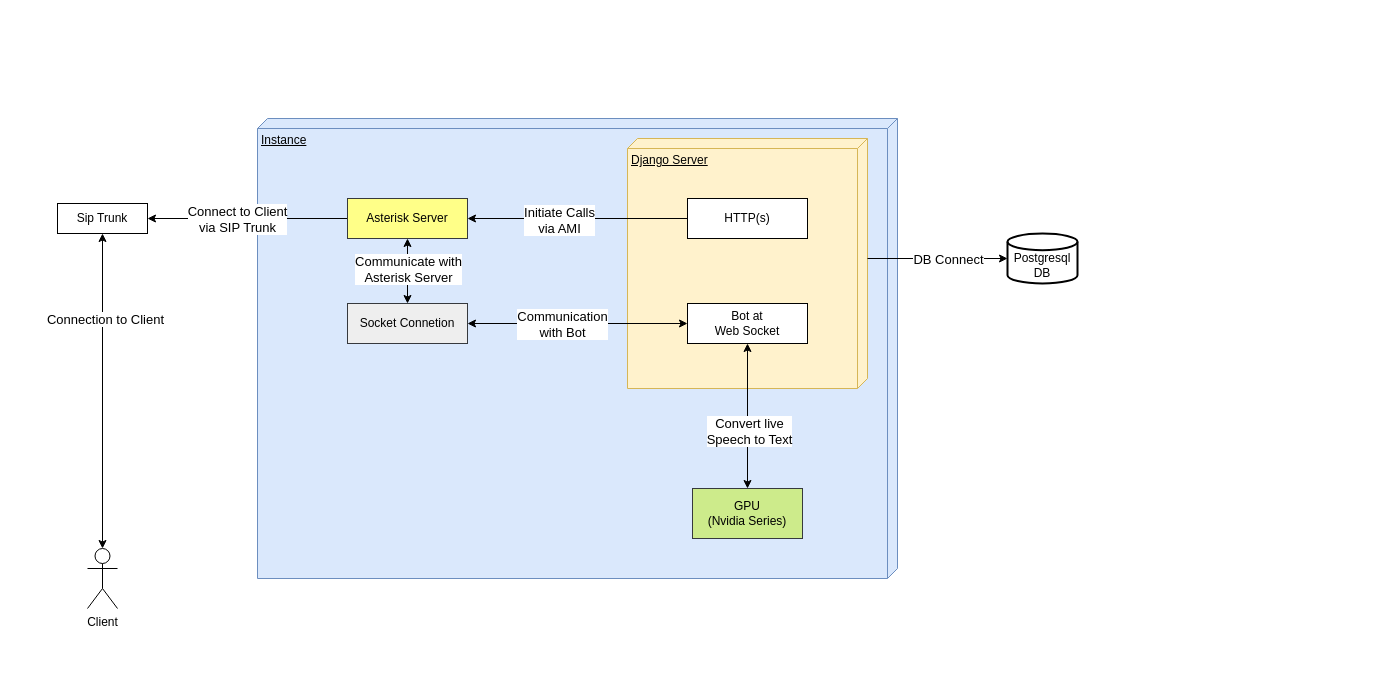
Before: drawings/archi.drawio in PraveenChordia/draw.io, a draw.io diagram. Source tidied: cells renumbered, new cells numbered last; positions are measured from the earlier drawing's top-left corner, leaving out a move shared by most shapes. Both pictures are drawn from the tidied source at 100%, with x=0, y=0 at pixel (57, 118).
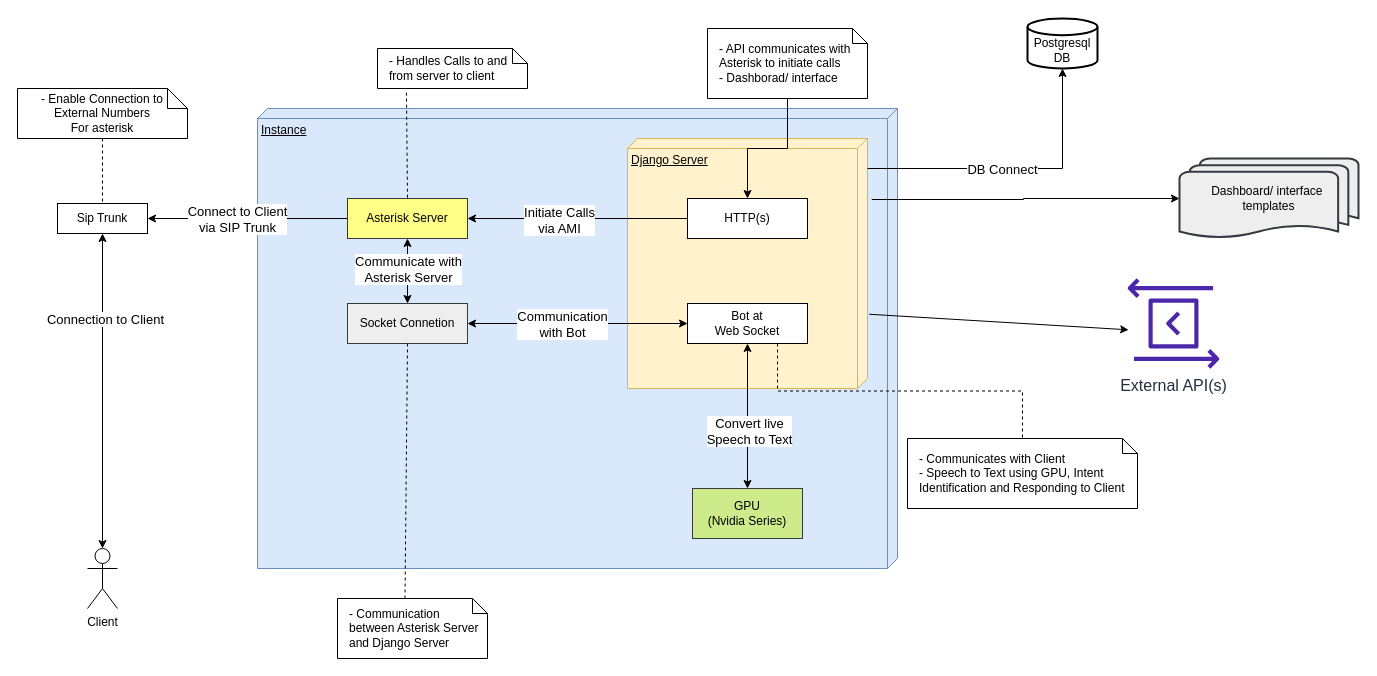
The same diagram, later.

The change refers to these unchanged cells:
```xml
<mxCell id="4" value="Socket Connetion" style="html=1;whiteSpace=wrap;fillColor=#eeeeee;strokeColor=#36393d;" parent="1" vertex="1">
  <mxGeometry x="290" y="185" width="120" height="40" as="geometry" />
</mxCell>
<mxCell id="8" value="HTTP(s)" style="html=1;whiteSpace=wrap;" parent="1" vertex="1">
  <mxGeometry x="630" y="80" width="120" height="40" as="geometry" />
</mxCell>
<mxCell id="9" value="Asterisk Server" style="html=1;whiteSpace=wrap;fillColor=#ffff88;strokeColor=#36393d;" parent="1" vertex="1">
  <mxGeometry x="290" y="80" width="120" height="40" as="geometry" />
</mxCell>
<mxCell id="13" value="Sip Trunk" style="rounded=0;whiteSpace=wrap;html=1;" parent="1" vertex="1">
  <mxGeometry y="85" width="90" height="30" as="geometry" />
</mxCell>
<mxCell id="18" value="Bot at&lt;br&gt;Web Socket" style="html=1;whiteSpace=wrap;" parent="1" vertex="1">
  <mxGeometry x="630" y="185" width="120" height="40" as="geometry" />
</mxCell>
```

Change to the diagram source:
```diff
@@
     <mxCell id="2" value="Instance" style="verticalAlign=top;align=left;spacingTop=8;spacingLeft=2;spacingRight=12;shape=cube;size=10;direction=south;fontStyle=4;html=1;whiteSpace=wrap;fillColor=#dae8fc;strokeColor=#6c8ebf;" parent="1" vertex="1">
-      <mxGeometry x="200" width="640" height="460" as="geometry" />
+      <mxGeometry x="200" y="-10" width="640" height="460" as="geometry" />
     </mxCell>
     <mxCell id="3" value="&lt;br&gt;Postgresql&lt;br&gt;DB" style="strokeWidth=2;html=1;shape=mxgraph.flowchart.database;whiteSpace=wrap;" parent="1" vertex="1">
-      <mxGeometry x="950" y="115" width="70" height="50" as="geometry" />
+      <mxGeometry x="970" y="-100" width="70" height="50" as="geometry" />
     </mxCell>
@@
+    <mxCell id="27" style="edgeStyle=orthogonalEdgeStyle;rounded=0;jettySize=auto;html=1;exitX=0.244;exitY=-0.018;exitDx=0;exitDy=0;exitPerimeter=0;entryX=0;entryY=0.5;entryDx=0;entryDy=0;entryPerimeter=0;" parent="1" edge="1" source="7" target="33">
+      <mxGeometry relative="1" as="geometry" />
+    </mxCell>
-    <mxCell id="7" value="Django Server" style="verticalAlign=top;align=left;spacingTop=8;spacingLeft=2;spacingRight=12;shape=cube;size=10;direction=south;fontStyle=4;html=1;whiteSpace=wrap;fillColor=#fff2cc;strokeColor=#d6b656;" parent="1" vertex="1">
+    <mxCell id="7" value="Django Server" style="verticalAlign=top;align=left;spacingTop=8;spacingLeft=2;spacingRight=12;shape=cube;size=10;direction=south;fontStyle=4;html=1;whiteSpace=wrap;fillColor=#fff2cc;strokeColor=#d6b656;points=[[0,0,0,0,0],[0,0,0,0,115],[0,0,0,0,230],[0,0,0,5,235],[0,0,0,10,240],[0,0,0,120,0],[0,0,0,130,240],[0,0,0,240,0],[0,0,0,245,5],[0,0,0,250,10],[0,0,0,250,125],[0.99,0.24,0,0,0],[1,1,0,0,0]];" parent="1" vertex="1">
       <mxGeometry x="570" y="20" width="240" height="250" as="geometry" />
     </mxCell>
@@
-    <mxCell id="16" style="edgeStyle=orthogonalEdgeStyle;rounded=0;jettySize=auto;html=1;exitX=0;exitY=0;exitDx=120;exitDy=0;exitPerimeter=0;entryX=0;entryY=0.5;entryDx=0;entryDy=0;entryPerimeter=0;" parent="1" edge="1" source="7" target="3">
+    <mxCell id="16" style="edgeStyle=orthogonalEdgeStyle;rounded=0;jettySize=auto;html=1;entryX=0.5;entryY=1;entryDx=0;entryDy=0;entryPerimeter=0;" parent="1" edge="1" target="3">
       <mxGeometry relative="1" as="geometry">
+        <mxPoint x="810" y="50" as="sourcePoint" />
         <Array as="points">
-          <mxPoint x="890" y="140" />
-          <mxPoint x="890" y="140" />
+          <mxPoint x="1005" y="50" />
         </Array>
       </mxGeometry>
     </mxCell>
@@
+    <mxCell id="28" style="rounded=0;jettySize=auto;html=1;exitX=0.703;exitY=-0.007;exitDx=0;exitDy=0;exitPerimeter=0;entryX=0.012;entryY=0.57;entryDx=0;entryDy=0;entryPerimeter=0;" parent="1" edge="1" source="7" target="40">
+      <mxGeometry relative="1" as="geometry" />
+    </mxCell>
@@
+    <mxCell id="29" value="- Handles Calls to and from server to client" style="shape=note;size=15;align=left;spacingLeft=10;html=1;whiteSpace=wrap;" parent="1" vertex="1">
+      <mxGeometry x="320" y="-70" width="150" height="40" as="geometry" />
+    </mxCell>
+    <mxCell id="30" style="edgeStyle=none;endArrow=none;exitX=0.193;exitY=1.104;dashed=1;html=1;rounded=0;entryX=0.5;entryY=0;entryDx=0;entryDy=0;exitDx=0;exitDy=0;exitPerimeter=0;" parent="1" edge="1" source="29" target="9">
+      <mxGeometry x="1" relative="1" as="geometry" />
+    </mxCell>
+    <mxCell id="31" style="edgeStyle=orthogonalEdgeStyle;rounded=0;jettySize=auto;html=1;entryX=0.5;entryY=0;entryDx=0;entryDy=0;" parent="1" edge="1" source="32" target="8">
+      <mxGeometry relative="1" as="geometry" />
+    </mxCell>
+    <mxCell id="32" value="- API communicates with Asterisk to initiate calls&lt;br&gt;- Dashborad/ interface" style="shape=note;size=15;align=left;spacingLeft=10;html=1;whiteSpace=wrap;" parent="1" vertex="1">
+      <mxGeometry x="650" y="-90" width="160" height="70" as="geometry" />
+    </mxCell>
+    <mxCell id="33" value="Dashboard/ interface&amp;nbsp;&lt;br&gt;templates" style="strokeWidth=2;html=1;shape=mxgraph.flowchart.multi-document;whiteSpace=wrap;fillColor=#eeeeee;strokeColor=#36393d;" parent="1" vertex="1">
+      <mxGeometry x="1122" y="40" width="179" height="80" as="geometry" />
+    </mxCell>
+    <mxCell id="34" value="- Enable Connection to&lt;br&gt;External Numbers&lt;br&gt;For asterisk" style="shape=note;size=20;whiteSpace=wrap;html=1;" parent="1" vertex="1">
+      <mxGeometry x="-40" y="-30" width="170" height="50" as="geometry" />
+    </mxCell>
+    <mxCell id="35" style="edgeStyle=none;endArrow=none;exitX=0.5;exitY=1;dashed=1;html=1;rounded=0;entryX=0.5;entryY=0;entryDx=0;entryDy=0;exitDx=0;exitDy=0;exitPerimeter=0;" parent="1" edge="1" source="34" target="13">
+      <mxGeometry x="1" relative="1" as="geometry" />
+    </mxCell>
+    <mxCell id="36" value="- Communication between Asterisk Server and Django Server" style="shape=note;size=15;align=left;spacingLeft=10;html=1;whiteSpace=wrap;" parent="1" vertex="1">
+      <mxGeometry x="280" y="480" width="150" height="60" as="geometry" />
+    </mxCell>
+    <mxCell id="37" style="edgeStyle=none;endArrow=none;exitX=0;exitY=0;dashed=1;html=1;rounded=0;entryX=0.5;entryY=1;entryDx=0;entryDy=0;exitDx=67.5;exitDy=0;exitPerimeter=0;" parent="1" edge="1" source="36" target="4">
+      <mxGeometry x="1" relative="1" as="geometry" />
+    </mxCell>
+    <mxCell id="38" style="edgeStyle=orthogonalEdgeStyle;endArrow=none;exitX=0.75;exitY=1;dashed=1;html=1;rounded=0;entryX=0.5;entryY=0;entryDx=0;entryDy=0;exitDx=0;exitDy=0;entryPerimeter=0;" parent="1" edge="1" source="18" target="39">
+      <mxGeometry x="1" relative="1" as="geometry" />
+    </mxCell>
+    <mxCell id="39" value="- Communicates with Client&lt;br&gt;- Speech to Text using GPU, Intent Identification and Responding to Client" style="shape=note;size=15;align=left;spacingLeft=10;html=1;whiteSpace=wrap;" parent="1" vertex="1">
+      <mxGeometry x="850" y="320" width="230" height="70" as="geometry" />
+    </mxCell>
+    <mxCell id="40" value="External API(s)" style="sketch=0;outlineConnect=0;fontColor=#232F3E;gradientColor=none;fillColor=#4D27AA;strokeColor=none;dashed=0;verticalLabelPosition=bottom;verticalAlign=top;align=center;html=1;fontSize=16;fontStyle=0;shape=mxgraph.aws4.data_exchange_for_apis;" parent="1" vertex="1">
+      <mxGeometry x="1070" y="159" width="92" height="92" as="geometry" />
+    </mxCell>
```
